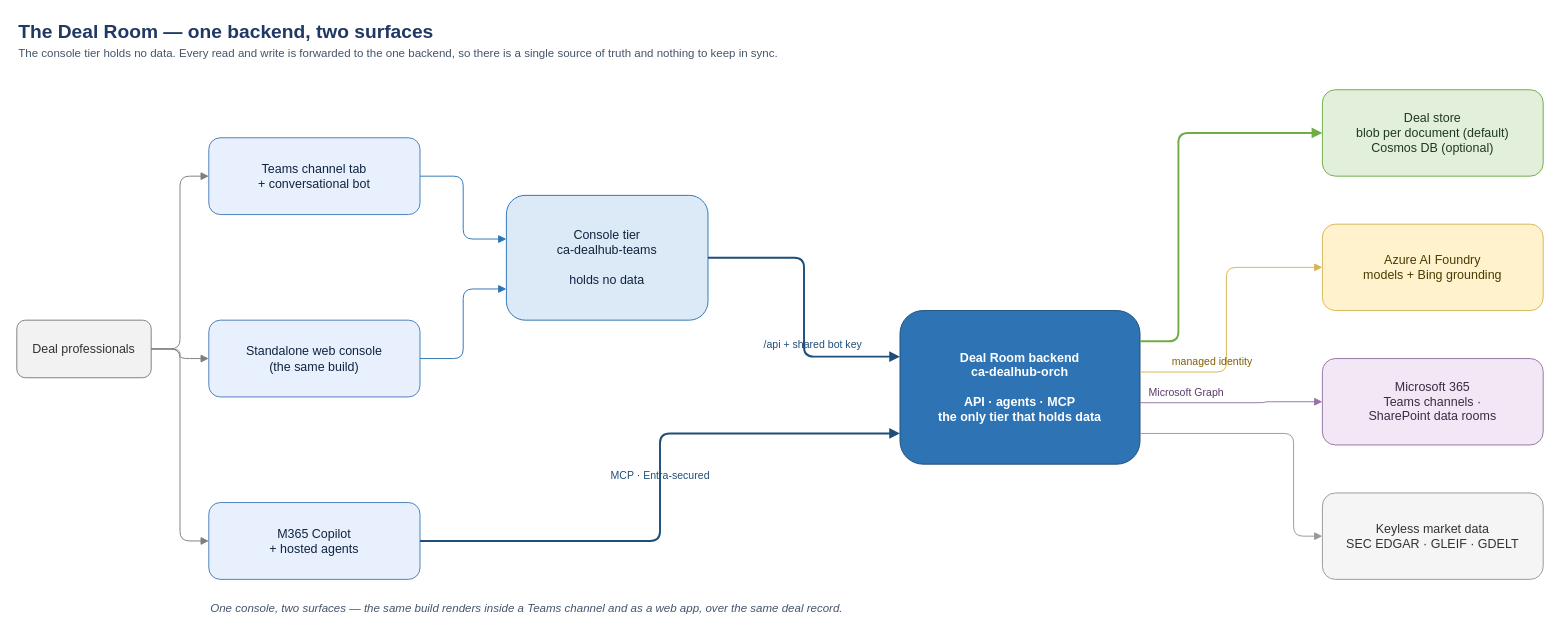
amitdesai08/private-markets-deal-room keeps this draw.io diagram as page "How it fits together" (1 of 4) of docs/diagrams/deal-room-architecture.drawio. Above is the earlier version. Source tidied: cells renumbered, new cells numbered last; positions are measured from the earlier drawing's top-left corner, leaving out a move shared by most shapes. Both pictures are drawn from the tidied source at 96%, with x=0, y=0 at pixel (16, 16).
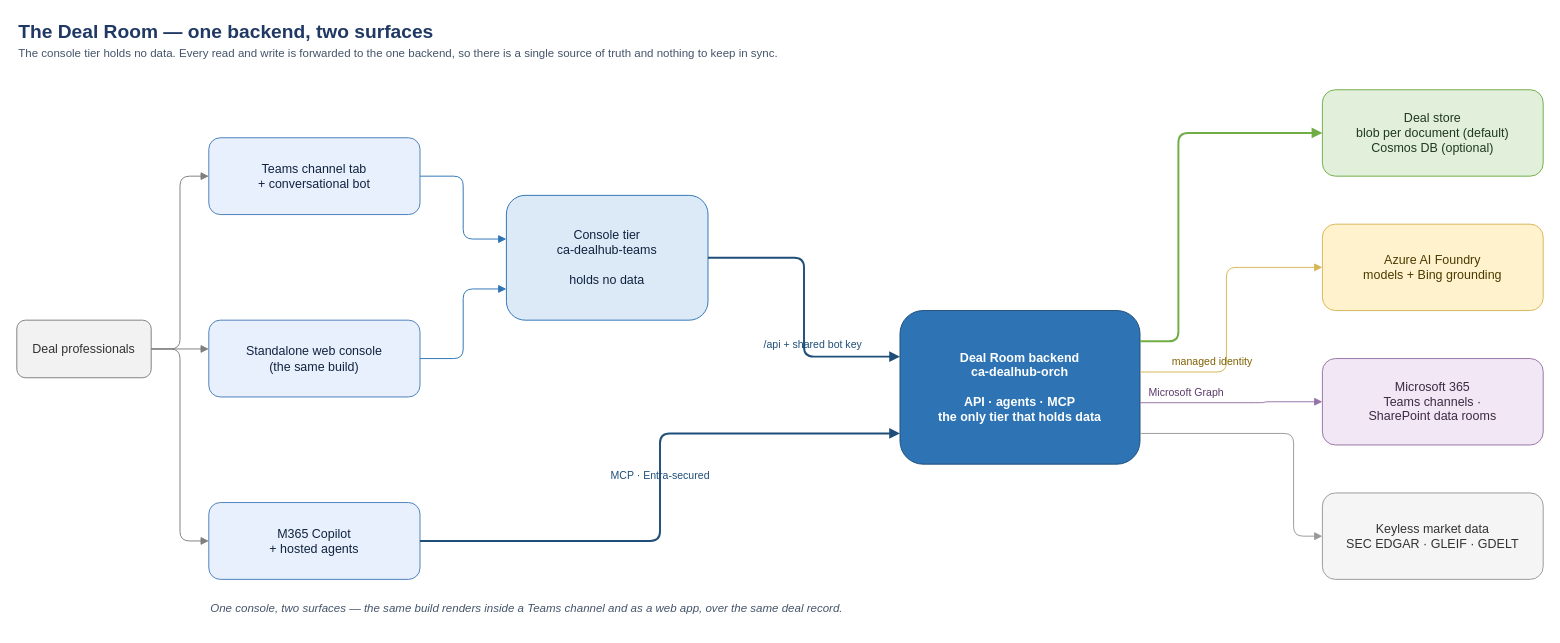
The same diagram, later.

Unchanged cells that the change refers to:
```xml
<mxCell id="4" value="Deal professionals" style="rounded=1;whiteSpace=wrap;html=1;fillColor=#F2F2F2;strokeColor=#7F7F7F;fontColor=#333333;fontSize=13;" parent="1" vertex="1">
  <mxGeometry y="316" width="140" height="60" as="geometry" />
</mxCell>
<mxCell id="6" value="Standalone web console&#10;(the same build)" style="rounded=1;whiteSpace=wrap;html=1;fillColor=#E8F0FE;strokeColor=#4A7EBB;fontColor=#10233E;fontSize=13;" parent="1" vertex="1">
  <mxGeometry x="200" y="316" width="220" height="80" as="geometry" />
</mxCell>
```

The edit, as a diff of the source:
```diff
@@
-    <mxCell id="15" style="edgeStyle=orthogonalEdgeStyle;labelBackgroundColor=none;rounded=1;html=1;strokeColor=#7F7F7F;endArrow=block;endFill=1;exitX=1;exitY=0.5;exitDx=0;exitDy=0;entryX=0;entryY=0.5;entryDx=0;entryDy=0;" parent="1" edge="1" source="4" target="6">
+    <mxCell id="15" style="edgeStyle=orthogonalEdgeStyle;labelBackgroundColor=none;rounded=1;html=1;strokeColor=#7F7F7F;endArrow=block;endFill=1;exitX=1;exitY=0.5;exitDx=0;exitDy=0;entryX=0;entryY=0.375;entryDx=0;entryDy=0;" parent="1" edge="1" source="4" target="6">
       <mxGeometry relative="1" as="geometry" />
     </mxCell>
```
